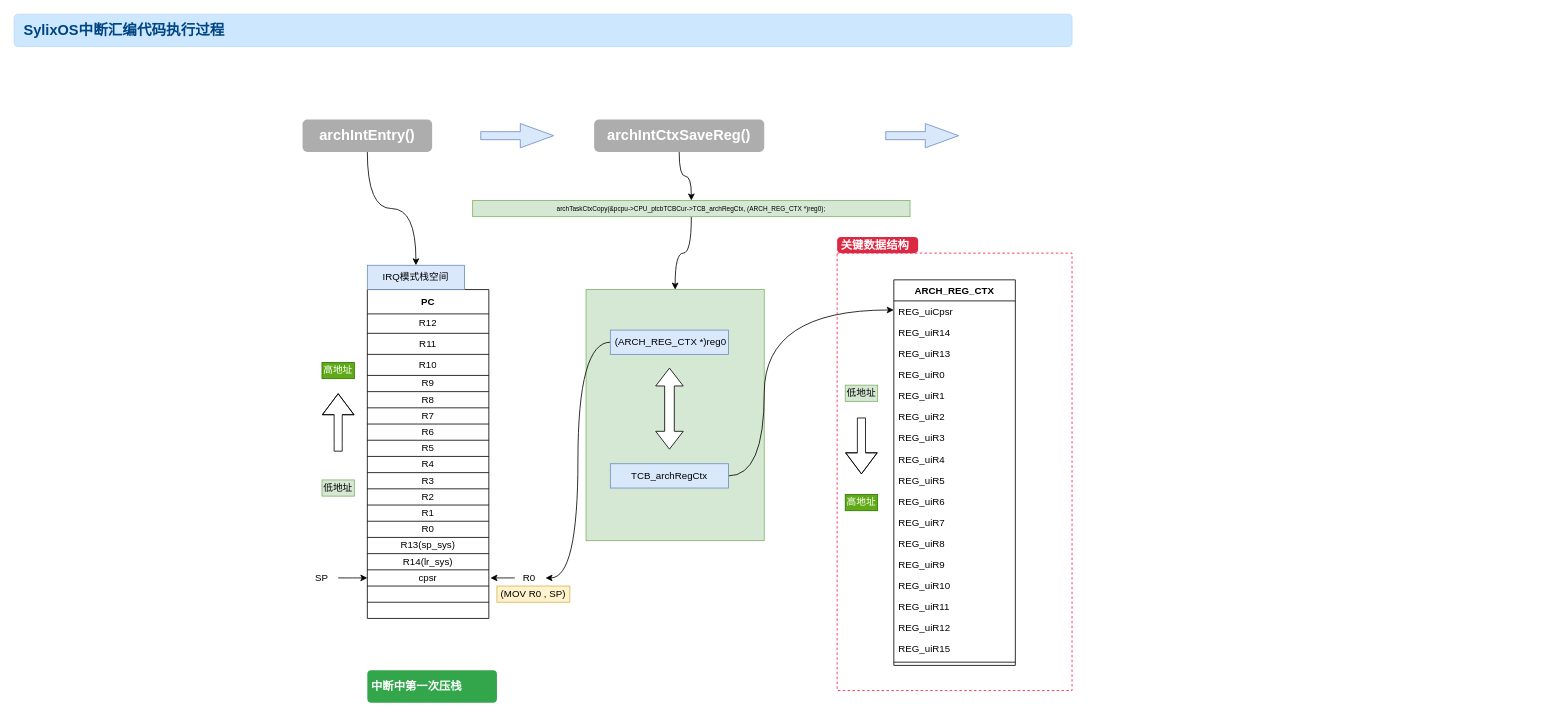
Above: draw/SylixOS中断处理流程.drawio in peng-fan/drawio (draw.io), before the change. Source tidied: cells renumbered, new cells numbered last; positions are measured from the earlier drawing's top-left corner, leaving out a move shared by most shapes. Both pictures are drawn from the tidied source at 81%, with x=0, y=0 at pixel (14, 14).
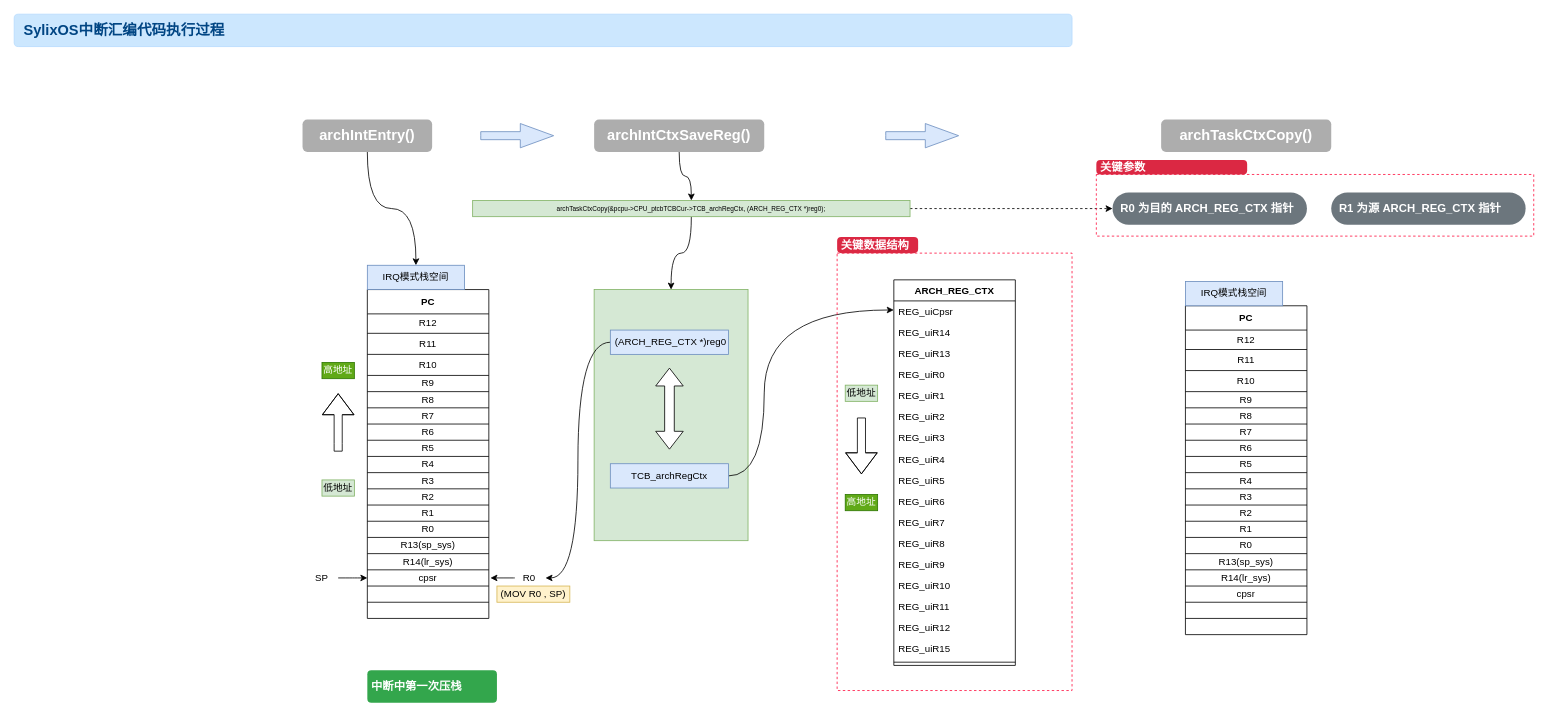
The same page after the edit.

Commit message (it also covers changes not shown here):
Update SylixOS中断处理流程.drawio

Unchanged cells that the change refers to:
```xml
<mxCell id="90" value="&lt;span style=&quot;text-align: left&quot;&gt;archTaskCtxCopy(&amp;amp;pcpu-&amp;gt;CPU_ptcbTCBCur-&amp;gt;TCB_archRegCtx, (ARCH_REG_CTX *)reg0);&lt;/span&gt;" style="text;html=1;strokeColor=#82b366;fillColor=#d5e8d4;align=center;verticalAlign=middle;whiteSpace=wrap;rounded=0;fontSize=8;" parent="1" vertex="1">
  <mxGeometry x="566" y="230" width="540" height="20" as="geometry" />
</mxCell>
```

What changed in the source:
```diff
@@
     <mxCell id="2" style="rounded=0;whiteSpace=wrap;html=1;fontSize=18;fillColor=#d5e8d4;strokeColor=#82b366;" parent="1" vertex="1">
-      <mxGeometry x="706" y="340" width="220" height="310" as="geometry" />
+      <mxGeometry x="716" y="340" width="190" height="310" as="geometry" />
     </mxCell>
@@
+    <mxCell id="91" style="edgeStyle=orthogonalEdgeStyle;rounded=0;jettySize=auto;html=1;entryX=0;entryY=0.5;entryDx=0;entryDy=0;dashed=1;" parent="1" edge="1" source="90" target="132">
+      <mxGeometry relative="1" as="geometry" />
+    </mxCell>
@@
+    <mxCell id="92" value="&lt;font color=&quot;#ffffff&quot;&gt;&lt;b&gt;archTaskCtxCopy()&lt;/b&gt;&lt;/font&gt;" style="rounded=1;whiteSpace=wrap;html=1;glass=0;sketch=0;align=center;fillColor=#ADADAD;strokeColor=none;fontSize=18;" parent="1" vertex="1">
+      <mxGeometry x="1416" y="130" width="210" height="40" as="geometry" />
+    </mxCell>
+    <mxCell id="93" style="group;" parent="1" vertex="1">
+      <mxGeometry x="1446" y="330" width="150" height="396" as="geometry" />
+    </mxCell>
+    <mxCell id="94" value="PC" style="shape=table;html=1;whiteSpace=wrap;startSize=30;childLayout=tableLayout;fontStyle=1;align=center;" parent="93" vertex="1">
+      <mxGeometry y="30" width="150" height="406" as="geometry" />
+    </mxCell>
+    <mxCell id="95" style="shape=partialRectangle;html=1;whiteSpace=wrap;fillColor=none;top=0;left=0;bottom=0;right=0;" parent="94" vertex="1">
+      <mxGeometry y="30" width="150" height="24" as="geometry" />
+    </mxCell>
+    <mxCell id="96" value="R12" style="shape=partialRectangle;html=1;whiteSpace=wrap;fillColor=none;top=0;left=0;bottom=0;right=0;overflow=hidden;" parent="95" vertex="1">
+      <mxGeometry width="150" height="24" as="geometry" />
+    </mxCell>
+    <mxCell id="97" style="shape=partialRectangle;html=1;whiteSpace=wrap;fillColor=none;top=0;left=0;bottom=0;right=0;" parent="94" vertex="1">
+      <mxGeometry y="54" width="150" height="26" as="geometry" />
+    </mxCell>
+    <mxCell id="98" value="&lt;span&gt;R11&lt;/span&gt;" style="shape=partialRectangle;html=1;whiteSpace=wrap;fillColor=none;top=0;left=0;bottom=0;right=0;overflow=hidden;" parent="97" vertex="1">
+      <mxGeometry width="150" height="26" as="geometry" />
+    </mxCell>
+    <mxCell id="99" style="shape=partialRectangle;html=1;whiteSpace=wrap;fillColor=none;top=0;left=0;bottom=0;right=0;" parent="94" vertex="1">
+      <mxGeometry y="80" width="150" height="26" as="geometry" />
+    </mxCell>
+    <mxCell id="100" value="&lt;span&gt;R10&lt;/span&gt;" style="shape=partialRectangle;html=1;whiteSpace=wrap;fillColor=none;top=0;left=0;bottom=0;right=0;overflow=hidden;" parent="99" vertex="1">
+      <mxGeometry width="150" height="26" as="geometry" />
+    </mxCell>
+    <mxCell id="101" style="shape=partialRectangle;html=1;whiteSpace=wrap;fillColor=none;top=0;left=0;bottom=0;right=0;" parent="94" vertex="1">
+      <mxGeometry y="106" width="150" height="20" as="geometry" />
+    </mxCell>
+    <mxCell id="102" value="R9" style="shape=partialRectangle;html=1;whiteSpace=wrap;fillColor=none;top=0;left=0;bottom=0;right=0;overflow=hidden;" parent="101" vertex="1">
+      <mxGeometry width="150" height="20" as="geometry" />
+    </mxCell>
+    <mxCell id="103" style="shape=partialRectangle;html=1;whiteSpace=wrap;fillColor=none;top=0;left=0;bottom=0;right=0;" parent="94" vertex="1">
+      <mxGeometry y="126" width="150" height="20" as="geometry" />
+    </mxCell>
+    <mxCell id="104" value="R8" style="shape=partialRectangle;html=1;whiteSpace=wrap;fillColor=none;top=0;left=0;bottom=0;right=0;overflow=hidden;" parent="103" vertex="1">
+      <mxGeometry width="150" height="20" as="geometry" />
+    </mxCell>
+    <mxCell id="105" style="shape=partialRectangle;html=1;whiteSpace=wrap;fillColor=none;top=0;left=0;bottom=0;right=0;" parent="94" vertex="1">
+      <mxGeometry y="146" width="150" height="20" as="geometry" />
+    </mxCell>
+    <mxCell id="106" value="R7" style="shape=partialRectangle;html=1;whiteSpace=wrap;fillColor=none;top=0;left=0;bottom=0;right=0;overflow=hidden;" parent="105" vertex="1">
+      <mxGeometry width="150" height="20" as="geometry" />
+    </mxCell>
+    <mxCell id="107" style="shape=partialRectangle;html=1;whiteSpace=wrap;fillColor=none;top=0;left=0;bottom=0;right=0;" parent="94" vertex="1">
+      <mxGeometry y="166" width="150" height="20" as="geometry" />
+    </mxCell>
+    <mxCell id="108" value="R6" style="shape=partialRectangle;html=1;whiteSpace=wrap;fillColor=none;top=0;left=0;bottom=0;right=0;overflow=hidden;" parent="107" vertex="1">
+      <mxGeometry width="150" height="20" as="geometry" />
+    </mxCell>
+    <mxCell id="109" style="shape=partialRectangle;html=1;whiteSpace=wrap;fillColor=none;top=0;left=0;bottom=0;right=0;" parent="94" vertex="1">
+      <mxGeometry y="186" width="150" height="20" as="geometry" />
+    </mxCell>
+    <mxCell id="110" value="R5" style="shape=partialRectangle;html=1;whiteSpace=wrap;fillColor=none;top=0;left=0;bottom=0;right=0;overflow=hidden;" parent="109" vertex="1">
+      <mxGeometry width="150" height="20" as="geometry" />
+    </mxCell>
+    <mxCell id="111" style="shape=partialRectangle;html=1;whiteSpace=wrap;fillColor=none;top=0;left=0;bottom=0;right=0;" parent="94" vertex="1">
+      <mxGeometry y="206" width="150" height="20" as="geometry" />
+    </mxCell>
+    <mxCell id="112" value="R4" style="shape=partialRectangle;html=1;whiteSpace=wrap;fillColor=none;top=0;left=0;bottom=0;right=0;overflow=hidden;" parent="111" vertex="1">
+      <mxGeometry width="150" height="20" as="geometry" />
+    </mxCell>
+    <mxCell id="113" style="shape=partialRectangle;html=1;whiteSpace=wrap;fillColor=none;top=0;left=0;bottom=0;right=0;" parent="94" vertex="1">
+      <mxGeometry y="226" width="150" height="20" as="geometry" />
+    </mxCell>
+    <mxCell id="114" value="R3" style="shape=partialRectangle;html=1;whiteSpace=wrap;fillColor=none;top=0;left=0;bottom=0;right=0;overflow=hidden;" parent="113" vertex="1">
+      <mxGeometry width="150" height="20" as="geometry" />
+    </mxCell>
+    <mxCell id="115" style="shape=partialRectangle;html=1;whiteSpace=wrap;fillColor=none;top=0;left=0;bottom=0;right=0;" parent="94" vertex="1">
+      <mxGeometry y="246" width="150" height="20" as="geometry" />
+    </mxCell>
+    <mxCell id="116" value="R2" style="shape=partialRectangle;html=1;whiteSpace=wrap;fillColor=none;top=0;left=0;bottom=0;right=0;overflow=hidden;" parent="115" vertex="1">
+      <mxGeometry width="150" height="20" as="geometry" />
+    </mxCell>
+    <mxCell id="117" style="shape=partialRectangle;html=1;whiteSpace=wrap;fillColor=none;top=0;left=0;bottom=0;right=0;" parent="94" vertex="1">
+      <mxGeometry y="266" width="150" height="20" as="geometry" />
+    </mxCell>
+    <mxCell id="118" value="R1" style="shape=partialRectangle;html=1;whiteSpace=wrap;fillColor=none;top=0;left=0;bottom=0;right=0;overflow=hidden;" parent="117" vertex="1">
+      <mxGeometry width="150" height="20" as="geometry" />
+    </mxCell>
+    <mxCell id="119" style="shape=partialRectangle;html=1;whiteSpace=wrap;fillColor=none;top=0;left=0;bottom=0;right=0;" parent="94" vertex="1">
+      <mxGeometry y="286" width="150" height="20" as="geometry" />
+    </mxCell>
+    <mxCell id="120" value="R0" style="shape=partialRectangle;html=1;whiteSpace=wrap;fillColor=none;top=0;left=0;bottom=0;right=0;overflow=hidden;" parent="119" vertex="1">
+      <mxGeometry width="150" height="20" as="geometry" />
+    </mxCell>
+    <mxCell id="121" style="shape=partialRectangle;html=1;whiteSpace=wrap;fillColor=none;top=0;left=0;bottom=0;right=0;" parent="94" vertex="1">
+      <mxGeometry y="306" width="150" height="20" as="geometry" />
+    </mxCell>
+    <mxCell id="122" value="R13(sp_sys)" style="shape=partialRectangle;html=1;whiteSpace=wrap;fillColor=none;top=0;left=0;bottom=0;right=0;overflow=hidden;" parent="121" vertex="1">
+      <mxGeometry width="150" height="20" as="geometry" />
+    </mxCell>
+    <mxCell id="123" style="shape=partialRectangle;html=1;whiteSpace=wrap;fillColor=none;top=0;left=0;bottom=0;right=0;" parent="94" vertex="1">
+      <mxGeometry y="326" width="150" height="20" as="geometry" />
+    </mxCell>
+    <mxCell id="124" value="R14(lr_sys)" style="shape=partialRectangle;html=1;whiteSpace=wrap;fillColor=none;top=0;left=0;bottom=0;right=0;overflow=hidden;" parent="123" vertex="1">
+      <mxGeometry width="150" height="20" as="geometry" />
+    </mxCell>
+    <mxCell id="125" style="shape=partialRectangle;html=1;whiteSpace=wrap;fillColor=none;top=0;left=0;bottom=0;right=0;" parent="94" vertex="1">
+      <mxGeometry y="346" width="150" height="20" as="geometry" />
+    </mxCell>
+    <mxCell id="126" value="cpsr" style="shape=partialRectangle;html=1;whiteSpace=wrap;fillColor=none;top=0;left=0;bottom=0;right=0;overflow=hidden;" parent="125" vertex="1">
+      <mxGeometry width="150" height="20" as="geometry" />
+    </mxCell>
+    <mxCell id="127" style="shape=partialRectangle;html=1;whiteSpace=wrap;fillColor=none;top=0;left=0;bottom=0;right=0;" parent="94" vertex="1">
+      <mxGeometry y="366" width="150" height="20" as="geometry" />
+    </mxCell>
+    <mxCell id="128" style="shape=partialRectangle;html=1;whiteSpace=wrap;fillColor=none;top=0;left=0;bottom=0;right=0;overflow=hidden;" parent="127" vertex="1">
+      <mxGeometry width="150" height="20" as="geometry" />
+    </mxCell>
+    <mxCell id="129" style="shape=partialRectangle;html=1;whiteSpace=wrap;fillColor=none;top=0;left=0;bottom=0;right=0;" parent="94" vertex="1">
+      <mxGeometry y="386" width="150" height="20" as="geometry" />
+    </mxCell>
+    <mxCell id="130" style="shape=partialRectangle;html=1;whiteSpace=wrap;fillColor=none;top=0;left=0;bottom=0;right=0;overflow=hidden;" parent="129" vertex="1">
+      <mxGeometry width="150" height="20" as="geometry" />
+    </mxCell>
+    <mxCell id="131" value="IRQ模式栈空间" style="rounded=0;whiteSpace=wrap;html=1;fillColor=#dae8fc;strokeColor=#6c8ebf;" parent="93" vertex="1">
+      <mxGeometry width="120" height="30" as="geometry" />
+    </mxCell>
+    <mxCell id="132" value="R0 为目的 ARCH_REG_CTX 指针" style="rounded=1;whiteSpace=wrap;html=1;arcSize=50;strokeColor=none;strokeWidth=1;fillColor=#6C767D;fontColor=#FFFFFF;whiteSpace=wrap;align=left;verticalAlign=middle;spacingLeft=0;fontStyle=1;fontSize=14;spacing=10;" parent="1" vertex="1">
+      <mxGeometry x="1356" y="220" width="240" height="40" as="geometry" />
+    </mxCell>
+    <mxCell id="133" value="R1 为源 ARCH_REG_CTX 指针" style="rounded=1;whiteSpace=wrap;html=1;arcSize=50;strokeColor=none;strokeWidth=1;fillColor=#6C767D;fontColor=#FFFFFF;whiteSpace=wrap;align=left;verticalAlign=middle;spacingLeft=0;fontStyle=1;fontSize=14;spacing=10;" parent="1" vertex="1">
+      <mxGeometry x="1626" y="220" width="240" height="40" as="geometry" />
+    </mxCell>
+    <mxCell id="134" style="whiteSpace=wrap;html=1;rounded=0;glass=0;labelBackgroundColor=none;sketch=0;gradientColor=none;fontSize=12;fontColor=#000000;align=left;dashed=1;fillColor=none;strokeColor=#FF1241;" parent="1" vertex="1">
+      <mxGeometry x="1336" y="197.9" width="540" height="76.1" as="geometry" />
+    </mxCell>
+    <mxCell id="135" value="关键参数" style="html=1;shadow=0;dashed=0;shape=mxgraph.bootstrap.rrect;rSize=5;strokeColor=none;strokeWidth=1;fillColor=#DB2843;fontColor=#FFFFFF;whiteSpace=wrap;align=left;verticalAlign=middle;spacingLeft=0;fontStyle=1;fontSize=14;spacing=5;" parent="1" vertex="1">
+      <mxGeometry x="1336" y="180" width="186.2" height="17.9" as="geometry" />
+    </mxCell>
```
